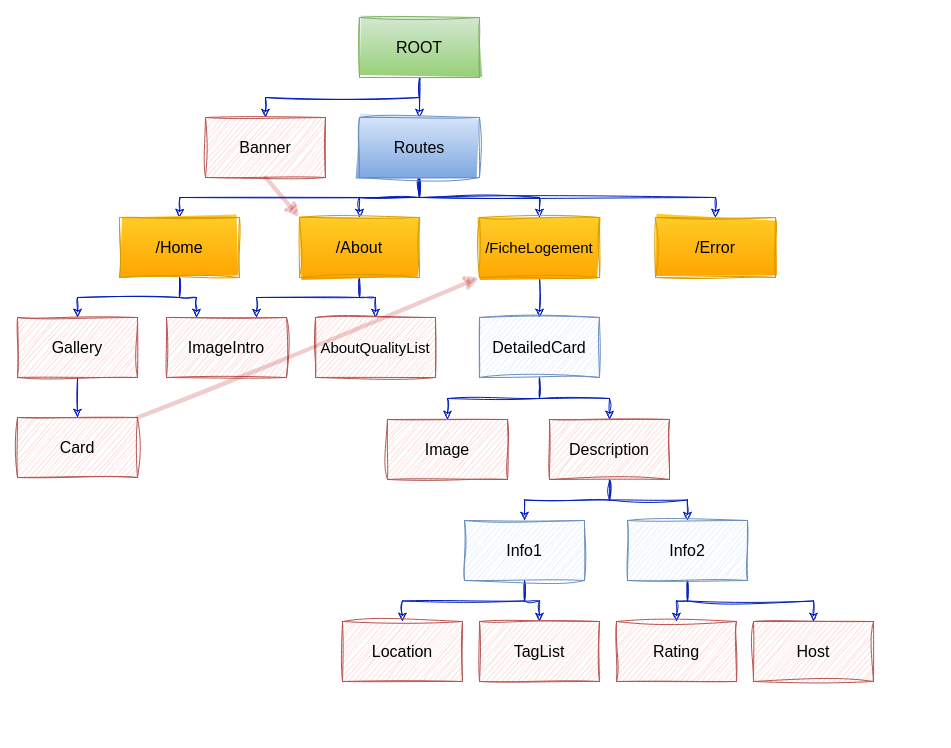
Earlier version of the draw.io diagram kasa.drawio (MisterFoxyDev/kasa). Source tidied: cells renumbered, new cells numbered last; positions are measured from the earlier drawing's top-left corner, leaving out a move shared by most shapes. Both pictures are drawn from the tidied source at 100%, with x=0, y=0 at pixel (17, 17).
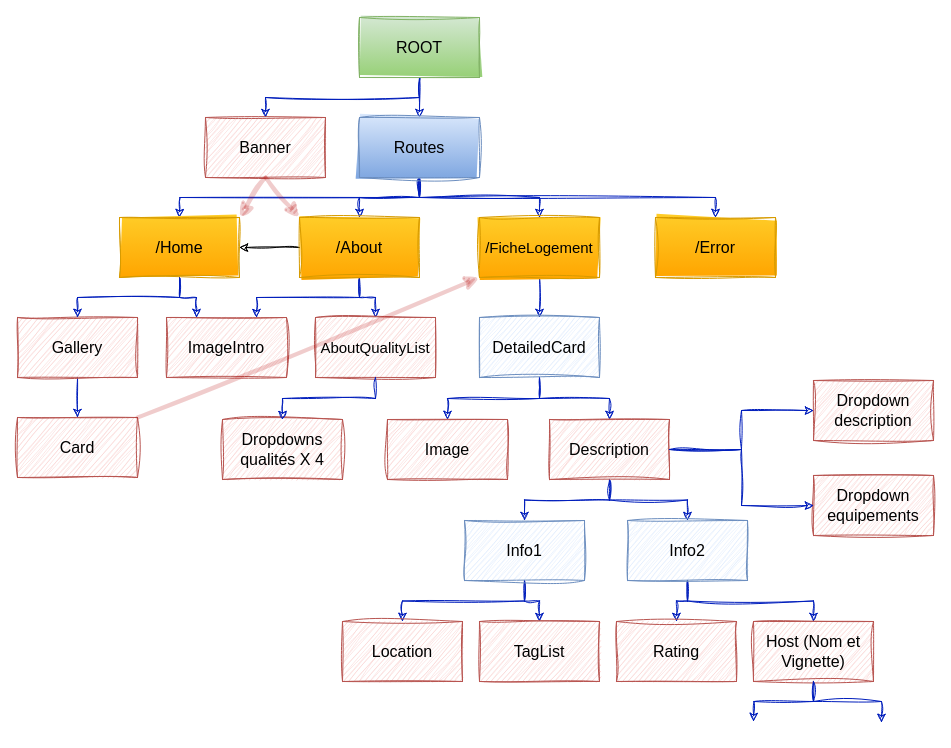
After the change.

Commit message:
chore: :bento: mise à jour du diagramme

The change refers to these unchanged cells:
```xml
<mxCell id="10" value="&lt;font style=&quot;font-size: 16px;&quot; color=&quot;#000000&quot;&gt;Banner&lt;/font&gt;" style="rounded=0;whiteSpace=wrap;html=1;sketch=1;curveFitting=1;jiggle=2;labelBackgroundColor=none;fillColor=#f8cecc;strokeColor=#b85450;" parent="1" vertex="1">
  <mxGeometry x="188" y="100" width="120" height="60" as="geometry" />
</mxCell>
<mxCell id="13" value="&lt;font style=&quot;font-size: 16px;&quot; color=&quot;#000000&quot;&gt;/About&lt;/font&gt;" style="rounded=0;whiteSpace=wrap;html=1;sketch=1;curveFitting=1;jiggle=2;labelBackgroundColor=none;fillColor=#ffcd28;strokeColor=#d79b00;gradientColor=#ffa500;" parent="1" vertex="1">
  <mxGeometry x="282" y="200" width="120" height="60" as="geometry" />
</mxCell>
<mxCell id="20" value="&lt;font style=&quot;font-size: 15px;&quot; color=&quot;#000000&quot;&gt;AboutQualityList&lt;/font&gt;" style="rounded=0;whiteSpace=wrap;html=1;sketch=1;curveFitting=1;jiggle=2;labelBackgroundColor=none;fillColor=#f8cecc;strokeColor=#b85450;" parent="1" vertex="1">
  <mxGeometry x="298" y="300" width="120" height="60" as="geometry" />
</mxCell>
<mxCell id="26" value="&lt;font style=&quot;font-size: 16px;&quot; color=&quot;#000000&quot;&gt;Description&lt;/font&gt;" style="rounded=0;whiteSpace=wrap;html=1;sketch=1;curveFitting=1;jiggle=2;labelBackgroundColor=none;fillColor=#f8cecc;strokeColor=#b85450;" parent="1" vertex="1">
  <mxGeometry x="532" y="402" width="120" height="60" as="geometry" />
</mxCell>
<mxCell id="40" value="&lt;font style=&quot;font-size: 16px;&quot; color=&quot;#000000&quot;&gt;/Home&lt;/font&gt;" style="rounded=0;whiteSpace=wrap;html=1;sketch=1;curveFitting=1;jiggle=2;labelBackgroundColor=none;fillColor=#ffcd28;strokeColor=#d79b00;gradientColor=#ffa500;" parent="1" vertex="1">
  <mxGeometry x="102" y="200" width="120" height="60" as="geometry" />
</mxCell>
```

Change to the diagram source:
```diff
@@
+    <mxCell id="44" style="edgeStyle=none;sketch=1;hachureGap=4;jiggle=2;curveFitting=1;html=1;fontFamily=Architects Daughter;fontSize=16;" parent="1" edge="1" source="13" target="40">
+      <mxGeometry relative="1" as="geometry" />
+    </mxCell>
@@
-    <mxCell id="37" value="&lt;font style=&quot;font-size: 16px;&quot; color=&quot;#000000&quot; face=&quot;Helvetica&quot;&gt;Host&lt;/font&gt;" style="rounded=0;whiteSpace=wrap;html=1;sketch=1;hachureGap=4;jiggle=2;curveFitting=1;fontFamily=Architects Daughter;fillColor=#f8cecc;strokeColor=#b85450;" parent="1" vertex="1">
+    <mxCell id="37" value="&lt;font style=&quot;font-size: 16px;&quot; color=&quot;#000000&quot; face=&quot;Helvetica&quot;&gt;Host (Nom et Vignette)&lt;/font&gt;" style="rounded=0;whiteSpace=wrap;html=1;sketch=1;hachureGap=4;jiggle=2;curveFitting=1;fontFamily=Architects Daughter;fillColor=#f8cecc;strokeColor=#b85450;" parent="1" vertex="1">
       <mxGeometry x="736" y="604" width="120" height="60" as="geometry" />
     </mxCell>
@@
-    <mxCell id="43" style="endArrow=classic;html=1;sketch=1;hachureGap=4;jiggle=2;curveFitting=1;strokeColor=#B20000;fontFamily=Architects Daughter;fontSize=16;fontColor=#000000;exitX=0.5;exitY=1;exitDx=0;exitDy=0;entryX=0;entryY=0;entryDx=0;entryDy=0;fillColor=#e51400;strokeWidth=4;opacity=20;" parent="1" edge="1" source="10" target="13">
+    <mxCell id="43" style="endArrow=classic;html=1;sketch=1;hachureGap=4;jiggle=2;curveFitting=1;strokeColor=#B20000;fontFamily=Architects Daughter;fontSize=16;fontColor=#000000;exitX=0.5;exitY=1;exitDx=0;exitDy=0;entryX=1;entryY=0;entryDx=0;entryDy=0;fillColor=#e51400;strokeWidth=4;opacity=20;" parent="1" edge="1" source="10" target="40">
       <mxGeometry relative="1" as="geometry" />
     </mxCell>
+    <mxCell id="45" style="endArrow=classic;html=1;sketch=1;hachureGap=4;jiggle=2;curveFitting=1;strokeColor=#B20000;fontFamily=Architects Daughter;fontSize=16;fontColor=#000000;exitX=0.5;exitY=1;exitDx=0;exitDy=0;entryX=0;entryY=0;entryDx=0;entryDy=0;fillColor=#e51400;strokeWidth=4;opacity=20;" parent="1" edge="1" source="10" target="13">
+      <mxGeometry relative="1" as="geometry" />
+    </mxCell>
+    <mxCell id="46" value="&lt;font style=&quot;font-size: 16px;&quot; color=&quot;#000000&quot; face=&quot;Helvetica&quot;&gt;Dropdown description&lt;/font&gt;" style="rounded=0;whiteSpace=wrap;html=1;sketch=1;hachureGap=4;jiggle=2;curveFitting=1;fontFamily=Architects Daughter;fillColor=#f8cecc;strokeColor=#b85450;" parent="1" vertex="1">
+      <mxGeometry x="796" y="363" width="120" height="60" as="geometry" />
+    </mxCell>
+    <mxCell id="47" value="&lt;font style=&quot;font-size: 16px;&quot; color=&quot;#000000&quot; face=&quot;Helvetica&quot;&gt;Dropdown equipements&lt;/font&gt;" style="rounded=0;whiteSpace=wrap;html=1;sketch=1;hachureGap=4;jiggle=2;curveFitting=1;fontFamily=Architects Daughter;fillColor=#f8cecc;strokeColor=#b85450;" parent="1" vertex="1">
+      <mxGeometry x="796" y="458" width="120" height="60" as="geometry" />
+    </mxCell>
+    <mxCell id="48" style="edgeStyle=orthogonalEdgeStyle;rounded=0;sketch=1;hachureGap=4;jiggle=2;curveFitting=1;jettySize=auto;html=1;exitX=1;exitY=0.5;exitDx=0;exitDy=0;fontFamily=Architects Daughter;fillColor=#0050ef;strokeColor=#001DBC;" parent="1" edge="1" source="26" target="46">
+      <mxGeometry relative="1" as="geometry" />
+    </mxCell>
+    <mxCell id="49" style="edgeStyle=orthogonalEdgeStyle;rounded=0;sketch=1;hachureGap=4;jiggle=2;curveFitting=1;jettySize=auto;html=1;exitX=1;exitY=0.5;exitDx=0;exitDy=0;entryX=0;entryY=0.5;entryDx=0;entryDy=0;fontFamily=Architects Daughter;fillColor=#0050ef;strokeColor=#001DBC;" parent="1" edge="1" source="26" target="47">
+      <mxGeometry relative="1" as="geometry" />
+    </mxCell>
+    <mxCell id="50" value="&lt;font style=&quot;font-size: 16px;&quot; color=&quot;#000000&quot; face=&quot;Helvetica&quot;&gt;Dropdowns qualités X 4&lt;/font&gt;" style="rounded=0;whiteSpace=wrap;html=1;sketch=1;hachureGap=4;jiggle=2;curveFitting=1;fontFamily=Architects Daughter;fillColor=#f8cecc;strokeColor=#b85450;" parent="1" vertex="1">
+      <mxGeometry x="205" y="402" width="120" height="60" as="geometry" />
+    </mxCell>
+    <mxCell id="51" style="edgeStyle=orthogonalEdgeStyle;rounded=0;sketch=1;hachureGap=4;jiggle=2;curveFitting=1;jettySize=auto;html=1;exitX=0.5;exitY=1;exitDx=0;exitDy=0;fontFamily=Architects Daughter;fillColor=#0050ef;strokeColor=#001DBC;entryX=0.5;entryY=0;entryDx=0;entryDy=0;" parent="1" edge="1" source="20" target="50">
+      <mxGeometry relative="1" as="geometry" />
+    </mxCell>
+    <mxCell id="52" style="edgeStyle=orthogonalEdgeStyle;rounded=0;jettySize=auto;html=1;exitX=0.5;exitY=1;exitDx=0;exitDy=0;sketch=1;curveFitting=1;jiggle=2;labelBackgroundColor=none;fontColor=default;fillColor=#0050ef;strokeColor=#001DBC;" parent="1" edge="1" source="37">
+      <mxGeometry relative="1" as="geometry">
+        <mxPoint x="736" y="704" as="targetPoint" />
+      </mxGeometry>
+    </mxCell>
+    <mxCell id="53" style="edgeStyle=orthogonalEdgeStyle;rounded=0;jettySize=auto;html=1;exitX=0.5;exitY=1;exitDx=0;exitDy=0;sketch=1;curveFitting=1;jiggle=2;labelBackgroundColor=none;fontColor=default;fillColor=#0050ef;strokeColor=#001DBC;" parent="1" edge="1" source="37">
+      <mxGeometry relative="1" as="geometry">
+        <mxPoint x="864" y="705" as="targetPoint" />
+        <Array as="points">
+          <mxPoint x="796" y="684" />
+          <mxPoint x="864" y="684" />
+        </Array>
+      </mxGeometry>
+    </mxCell>
```
